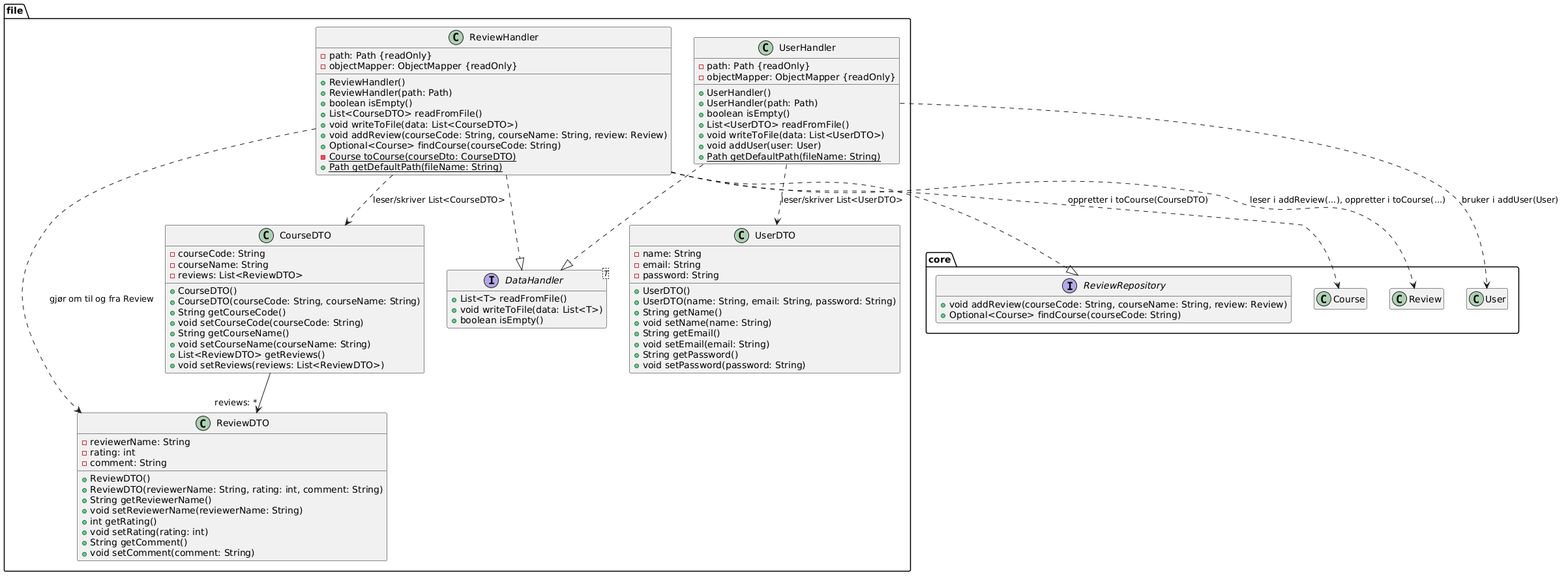
Earlier version of the PlantUML export arkitektur/png/klassediagramFile.png (JesperBarosen/BIThub).
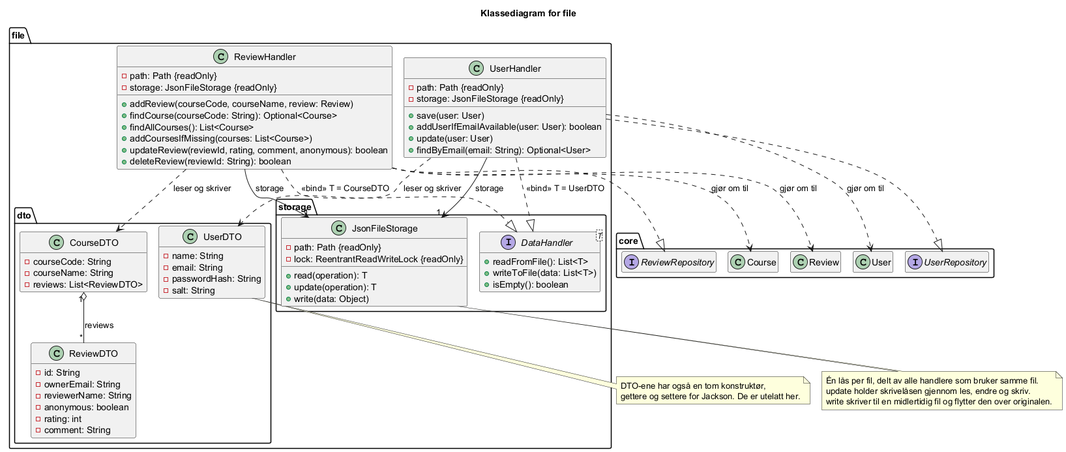
The same file after the commit.

Commit message:
Oppdater klassediagrammene for core og file

Diff of the diagram source:
```diff
@@ -1,102 +1,103 @@
 @startuml
+!pragma layout smetana
 hide empty members
 
+title Klassediagram for file
+
 package core {
-    interface ReviewRepository {
-        + void addReview(courseCode: String, courseName: String, review: Review)
-        + Optional<Course> findCourse(courseCode: String)
-    }
+    interface ReviewRepository
+    interface UserRepository
     class Course
     class Review
     class User
 }
 
 package file {
-
-    interface "DataHandler<T>" as DataHandler {
-        + List<T> readFromFile()
-        + void writeToFile(data: List<T>)
-        + boolean isEmpty()
-    }
-
     class ReviewHandler {
         - path: Path {readOnly}
-        - objectMapper: ObjectMapper {readOnly}
-        + ReviewHandler()
-        + ReviewHandler(path: Path)
-        + boolean isEmpty()
-        + List<CourseDTO> readFromFile()
-        + void writeToFile(data: List<CourseDTO>)
-        + void addReview(courseCode: String, courseName: String, review: Review)
-        + Optional<Course> findCourse(courseCode: String)
-        - {static} Course toCourse(courseDto: CourseDTO)
-        + {static} Path getDefaultPath(fileName: String)
+        - storage: JsonFileStorage {readOnly}
+        + addReview(courseCode, courseName, review: Review)
+        + findCourse(courseCode: String): Optional<Course>
+        + findAllCourses(): List<Course>
+        + addCoursesIfMissing(courses: List<Course>)
+        + updateReview(reviewId, rating, comment, anonymous): boolean
+        + deleteReview(reviewId: String): boolean
     }
 
     class UserHandler {
         - path: Path {readOnly}
-        - objectMapper: ObjectMapper {readOnly}
-        + UserHandler()
-        + UserHandler(path: Path)
-        + boolean isEmpty()
-        + List<UserDTO> readFromFile()
-        + void writeToFile(data: List<UserDTO>)
-        + void addUser(user: User)
-        + {static} Path getDefaultPath(fileName: String)
+        - storage: JsonFileStorage {readOnly}
+        + save(user: User)
+        + addUserIfEmailAvailable(user: User): boolean
+        + update(user: User)
+        + findByEmail(email: String): Optional<User>
+    }
+}
+
+package file.storage {
+    interface "DataHandler<T>" as DataHandler {
+        + readFromFile(): List<T>
+        + writeToFile(data: List<T>)
+        + isEmpty(): boolean
     }
 
+    class JsonFileStorage {
+        - path: Path {readOnly}
+        - lock: ReentrantReadWriteLock {readOnly}
+        + read(operation): T
+        + update(operation): T
+        + write(data: Object)
+    }
+}
+
+package file.dto {
     class CourseDTO {
         - courseCode: String
         - courseName: String
         - reviews: List<ReviewDTO>
-        + CourseDTO()
-        + CourseDTO(courseCode: String, courseName: String)
-        + String getCourseCode()
-        + void setCourseCode(courseCode: String)
-        + String getCourseName()
-        + void setCourseName(courseName: String)
-        + List<ReviewDTO> getReviews()
-        + void setReviews(reviews: List<ReviewDTO>)
     }
 
     class ReviewDTO {
+        - id: String
+        - ownerEmail: String
         - reviewerName: String
+        - anonymous: boolean
         - rating: int
         - comment: String
-        + ReviewDTO()
-        + ReviewDTO(reviewerName: String, rating: int, comment: String)
-        + String getReviewerName()
-        + void setReviewerName(reviewerName: String)
-        + int getRating()
-        + void setRating(rating: int)
-        + String getComment()
-        + void setComment(comment: String)
     }
 
     class UserDTO {
         - name: String
         - email: String
-        - password: String
-        + UserDTO()
-        + UserDTO(name: String, email: String, password: String)
-        + String getName()
-        + void setName(name: String)
-        + String getEmail()
-        + void setEmail(email: String)
-        + String getPassword()
-        + void setPassword(password: String)
+        - passwordHash: String
+        - salt: String
     }
-
-    ReviewHandler ..|> DataHandler
-    UserHandler ..|> DataHandler
-    ReviewHandler ..> CourseDTO : leser/skriver List<CourseDTO>
-    CourseDTO --> "reviews: *" ReviewDTO
-    ReviewHandler ..> ReviewDTO : gjør om til og fra Review
-    UserHandler ..> UserDTO : leser/skriver List<UserDTO>
 }
 
 ReviewHandler ..|> ReviewRepository
-ReviewHandler ..> Course : oppretter i toCourse(CourseDTO)
-ReviewHandler ..> Review : leser i addReview(...), oppretter i toCourse(...)
-UserHandler ..> User : bruker i addUser(User)
+ReviewHandler ..|> DataHandler : <<bind>> T = CourseDTO
+UserHandler ..|> UserRepository
+UserHandler ..|> DataHandler : <<bind>> T = UserDTO
+
+ReviewHandler --> "1" JsonFileStorage : storage
+UserHandler --> "1" JsonFileStorage : storage
+
+CourseDTO "1" o-- "*" ReviewDTO : reviews
+ReviewHandler ..> CourseDTO : leser og skriver
+ReviewHandler ..> Course : gjør om til
+ReviewHandler ..> Review : gjør om til
+UserHandler ..> UserDTO : leser og skriver
+UserHandler ..> User : gjør om til
+
+note bottom of JsonFileStorage
+  Én lås per fil, delt av alle handlere som bruker samme fil.
+  update holder skrivelåsen gjennom les, endre og skriv.
+  write skriver til en midlertidig fil og flytter den over originalen.
+end note
+
+note bottom of UserDTO
+  DTO-ene har også en tom konstruktør,
+  gettere og settere for Jackson. De er utelatt her.
+end note
+
 @enduml
```
